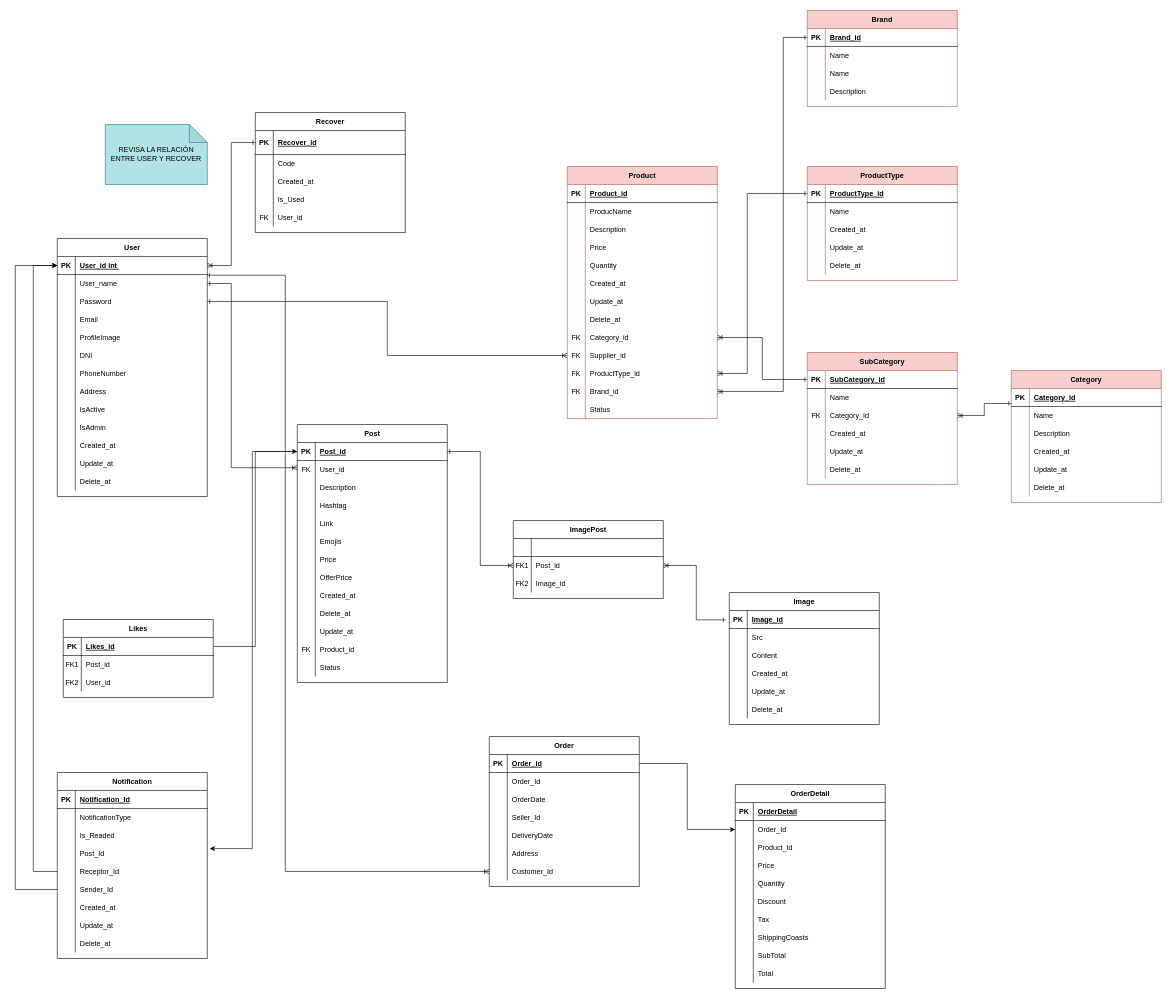
Above: E-Commerce.drawio in MarvinOrtiz18/DER (draw.io), before the change. Source tidied: cells renumbered, new cells numbered last; positions are measured from the earlier drawing's top-left corner, leaving out a move shared by most shapes. Both pictures are drawn from the tidied source at 60%, with x=0, y=0 at pixel (15, 10).
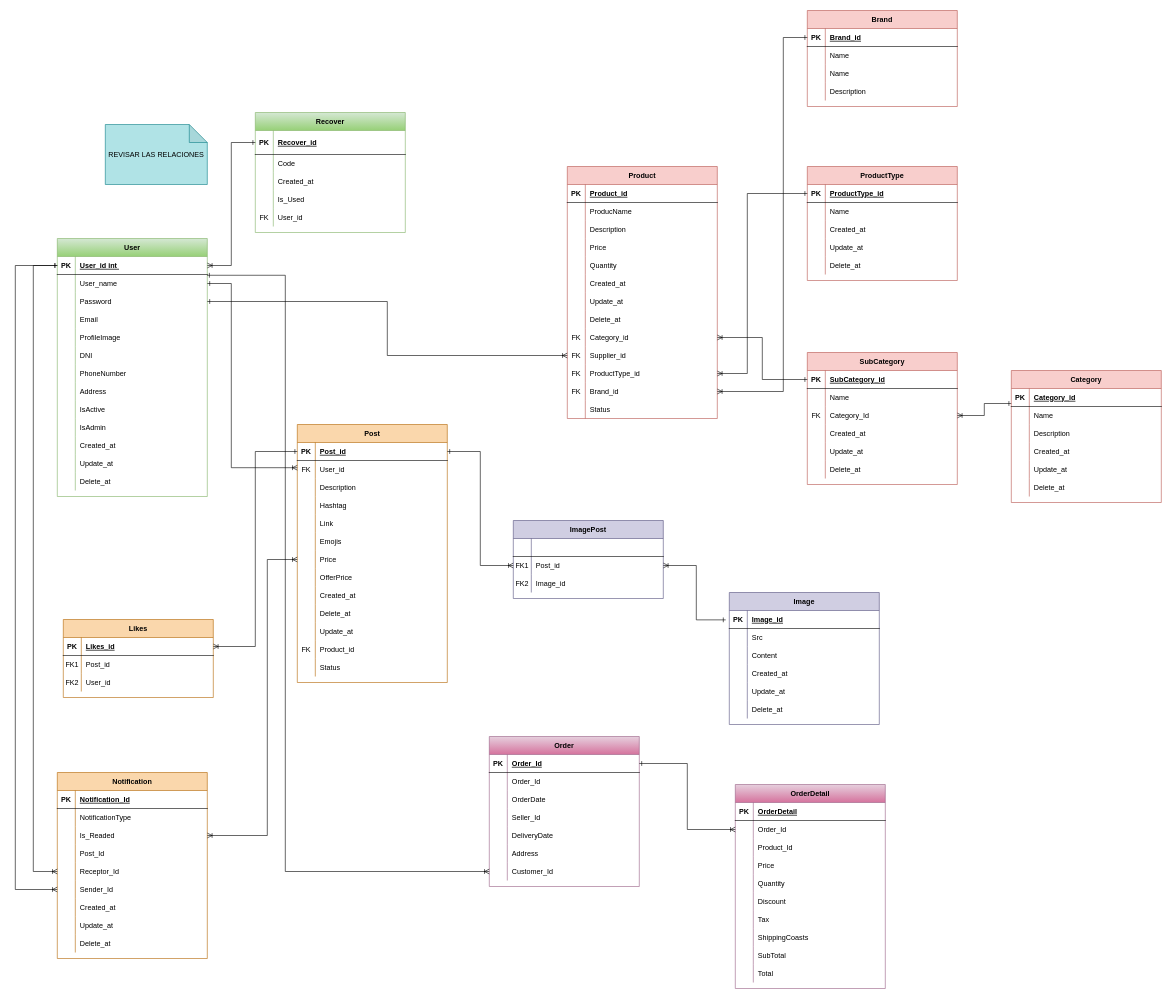
After the change.

Unchanged cells that the change refers to:
```xml
<mxCell id="19" style="shape=partialRectangle;fillColor=none;points=[[0,0.5],[1,0.5]];portConstraint=eastwest;top=0;left=0;right=0;bottom=1;" parent="18" vertex="1">
  <mxGeometry y="30" width="250" height="30" as="geometry" />
</mxCell>
<mxCell id="29" style="shape=partialRectangle;fillColor=none;points=[[0,0.5],[1,0.5]];portConstraint=eastwest;top=0;left=0;right=0;bottom=1;" parent="28" vertex="1">
  <mxGeometry y="30" width="250" height="30" as="geometry" />
</mxCell>
<mxCell id="70" style="shape=partialRectangle;fillColor=none;points=[[0,0.5],[1,0.5]];portConstraint=eastwest;top=0;left=0;right=0;bottom=1;" parent="69" vertex="1">
  <mxGeometry y="30" width="250" height="30" as="geometry" />
</mxCell>
<mxCell id="88" style="shape=partialRectangle;fillColor=none;points=[[0,0.5],[1,0.5]];portConstraint=eastwest;top=0;left=0;right=0;bottom=0;" parent="69" vertex="1">
  <mxGeometry y="210" width="250" height="30" as="geometry" />
</mxCell>
<mxCell id="239" style="shape=partialRectangle;fillColor=none;points=[[0,0.5],[1,0.5]];portConstraint=eastwest;top=0;left=0;right=0;bottom=0;" parent="232" vertex="1">
  <mxGeometry y="90" width="250" height="30" as="geometry" />
</mxCell>
<mxCell id="242" style="shape=partialRectangle;fillColor=none;points=[[0,0.5],[1,0.5]];portConstraint=eastwest;top=0;left=0;right=0;bottom=0;" parent="232" vertex="1">
  <mxGeometry y="120" width="250" height="30" as="geometry" />
</mxCell>
<mxCell id="245" style="shape=partialRectangle;fillColor=none;points=[[0,0.5],[1,0.5]];portConstraint=eastwest;top=0;left=0;right=0;bottom=0;" parent="232" vertex="1">
  <mxGeometry y="150" width="250" height="30" as="geometry" />
</mxCell>
<mxCell id="248" style="shape=partialRectangle;fillColor=none;points=[[0,0.5],[1,0.5]];portConstraint=eastwest;top=0;left=0;right=0;bottom=0;" parent="232" vertex="1">
  <mxGeometry y="180" width="250" height="30" as="geometry" />
</mxCell>
<mxCell id="264" style="shape=partialRectangle;fillColor=none;points=[[0,0.5],[1,0.5]];portConstraint=eastwest;top=0;left=0;right=0;bottom=1;" parent="263" vertex="1">
  <mxGeometry y="30" width="250" height="30" as="geometry" />
</mxCell>
<mxCell id="289" style="shape=partialRectangle;fillColor=none;points=[[0,0.5],[1,0.5]];portConstraint=eastwest;top=0;left=0;right=0;bottom=0;" parent="285" vertex="1">
  <mxGeometry y="60" width="250" height="30" as="geometry" />
</mxCell>
```

Change to the diagram source:
```diff
@@
-    <mxCell id="2" value="Recover" style="shape=table;startSize=30;childLayout=tableLayout;rowLines=0;fontStyle=1;align=center;" parent="1" vertex="1">
+    <mxCell id="2" value="Recover" style="shape=table;startSize=30;childLayout=tableLayout;rowLines=0;fontStyle=1;align=center;fillColor=#d5e8d4;strokeColor=#82b366;gradientColor=#97d077;" parent="1" vertex="1">
       <mxGeometry x="400" y="170" width="250" height="200" as="geometry" />
     </mxCell>
@@
-    <mxCell id="18" value="Likes" style="shape=table;startSize=30;childLayout=tableLayout;rowLines=0;fontStyle=1;align=center;" parent="1" vertex="1">
+    <mxCell id="18" value="Likes" style="shape=table;startSize=30;childLayout=tableLayout;rowLines=0;fontStyle=1;align=center;fillColor=#fad7ac;strokeColor=#b46504;" parent="1" vertex="1">
       <mxGeometry x="80" y="1015" width="250" height="130" as="geometry" />
     </mxCell>
@@
-    <mxCell id="28" value="User" style="shape=table;startSize=30;childLayout=tableLayout;rowLines=0;fontStyle=1;align=center;" parent="1" vertex="1">
+    <mxCell id="28" value="User" style="shape=table;startSize=30;childLayout=tableLayout;rowLines=0;fontStyle=1;align=center;fillColor=#d5e8d4;strokeColor=#82b366;gradientColor=#97d077;" parent="1" vertex="1">
       <mxGeometry x="70" y="380" width="250" height="430" as="geometry" />
     </mxCell>
@@
-    <mxCell id="69" value="Post" style="shape=table;startSize=30;childLayout=tableLayout;rowLines=0;fontStyle=1;align=center;" parent="1" vertex="1">
+    <mxCell id="69" value="Post" style="shape=table;startSize=30;childLayout=tableLayout;rowLines=0;fontStyle=1;align=center;fillColor=#fad7ac;strokeColor=#b46504;" parent="1" vertex="1">
       <mxGeometry x="470" y="690" width="250" height="430" as="geometry" />
     </mxCell>
@@
-    <mxCell id="109" value="ImagePost" style="shape=table;startSize=30;childLayout=tableLayout;rowLines=0;fontStyle=1;align=center;" parent="1" vertex="1">
+    <mxCell id="109" value="ImagePost" style="shape=table;startSize=30;childLayout=tableLayout;rowLines=0;fontStyle=1;align=center;fillColor=#d0cee2;strokeColor=#56517e;" parent="1" vertex="1">
       <mxGeometry x="830" y="850" width="250" height="130" as="geometry" />
     </mxCell>
@@
-    <mxCell id="119" value="Image" style="shape=table;startSize=30;childLayout=tableLayout;rowLines=0;fontStyle=1;align=center;" parent="1" vertex="1">
+    <mxCell id="119" value="Image" style="shape=table;startSize=30;childLayout=tableLayout;rowLines=0;fontStyle=1;align=center;fillColor=#d0cee2;strokeColor=#56517e;" parent="1" vertex="1">
       <mxGeometry x="1190" y="970" width="250" height="220" as="geometry" />
     </mxCell>
@@
-    <mxCell id="141" style="edgeStyle=orthogonalEdgeStyle;rounded=0;jettySize=auto;html=1;exitX=1;exitY=0.5;exitDx=0;exitDy=0;entryX=0;entryY=0.5;entryDx=0;entryDy=0;" parent="1" edge="1" source="19" target="70">
+    <mxCell id="141" style="edgeStyle=orthogonalEdgeStyle;rounded=0;jettySize=auto;html=1;exitX=1;exitY=0.5;exitDx=0;exitDy=0;entryX=0;entryY=0.5;entryDx=0;entryDy=0;endArrow=ERone;endFill=0;startArrow=ERoneToMany;startFill=0;" parent="1" edge="1" source="19" target="70">
       <mxGeometry relative="1" as="geometry" />
     </mxCell>
@@
-    <mxCell id="232" value="Notification" style="shape=table;startSize=30;childLayout=tableLayout;rowLines=0;fontStyle=1;align=center;" parent="1" vertex="1">
+    <mxCell id="232" value="Notification" style="shape=table;startSize=30;childLayout=tableLayout;rowLines=0;fontStyle=1;align=center;fillColor=#fad7ac;strokeColor=#b46504;" parent="1" vertex="1">
       <mxGeometry x="70" y="1270" width="250" height="310" as="geometry" />
     </mxCell>
@@
-    <mxCell id="260" style="edgeStyle=orthogonalEdgeStyle;rounded=0;jettySize=auto;html=1;exitX=0;exitY=0.5;exitDx=0;exitDy=0;entryX=1.016;entryY=0.225;entryDx=0;entryDy=0;entryPerimeter=0;" parent="1" edge="1" source="70" target="242">
-      <mxGeometry relative="1" as="geometry" />
-    </mxCell>
-    <mxCell id="261" style="edgeStyle=orthogonalEdgeStyle;rounded=0;jettySize=auto;html=1;exitX=0;exitY=0.5;exitDx=0;exitDy=0;entryX=0;entryY=0.5;entryDx=0;entryDy=0;" parent="1" edge="1" source="245" target="29">
+    <mxCell id="261" style="edgeStyle=orthogonalEdgeStyle;rounded=0;jettySize=auto;html=1;exitX=0;exitY=0.5;exitDx=0;exitDy=0;entryX=0;entryY=0.5;entryDx=0;entryDy=0;endArrow=ERone;endFill=0;startArrow=ERoneToMany;startFill=0;" parent="1" edge="1" source="245" target="29">
       <mxGeometry relative="1" as="geometry">
         <Array as="points">
           <mxPoint x="30" y="1435" />
           <mxPoint x="30" y="425" />
         </Array>
       </mxGeometry>
     </mxCell>
-    <mxCell id="262" style="edgeStyle=orthogonalEdgeStyle;rounded=0;jettySize=auto;html=1;exitX=0;exitY=0.5;exitDx=0;exitDy=0;entryX=0;entryY=0.5;entryDx=0;entryDy=0;" parent="1" edge="1" source="248" target="29">
+    <mxCell id="262" style="edgeStyle=orthogonalEdgeStyle;rounded=0;jettySize=auto;html=1;exitX=0;exitY=0.5;exitDx=0;exitDy=0;entryX=0;entryY=0.5;entryDx=0;entryDy=0;endArrow=ERone;endFill=0;startArrow=ERoneToMany;startFill=0;" parent="1" edge="1" source="248" target="29">
       <mxGeometry relative="1" as="geometry">
         <Array as="points">
           <mxPoint y="1465" />
           <mxPoint y="425" />
         </Array>
       </mxGeometry>
     </mxCell>
-    <mxCell id="263" value="Order" style="shape=table;startSize=30;childLayout=tableLayout;rowLines=0;fontStyle=1;align=center;" parent="1" vertex="1">
+    <mxCell id="263" value="Order" style="shape=table;startSize=30;childLayout=tableLayout;rowLines=0;fontStyle=1;align=center;fillColor=#e6d0de;gradientColor=#d5739d;strokeColor=#996185;" parent="1" vertex="1">
       <mxGeometry x="790" y="1210" width="250" height="250" as="geometry" />
     </mxCell>
@@
-    <mxCell id="285" value="OrderDetail" style="shape=table;startSize=30;childLayout=tableLayout;rowLines=0;fontStyle=1;align=center;" parent="1" vertex="1">
+    <mxCell id="285" value="OrderDetail" style="shape=table;startSize=30;childLayout=tableLayout;rowLines=0;fontStyle=1;align=center;fillColor=#e6d0de;gradientColor=#d5739d;strokeColor=#996185;" parent="1" vertex="1">
       <mxGeometry x="1200" y="1290" width="250" height="340" as="geometry" />
     </mxCell>
@@
-    <mxCell id="316" style="edgeStyle=orthogonalEdgeStyle;rounded=0;jettySize=auto;html=1;exitX=1;exitY=0.5;exitDx=0;exitDy=0;entryX=0;entryY=0.5;entryDx=0;entryDy=0;" parent="1" edge="1" source="264" target="289">
+    <mxCell id="316" style="edgeStyle=orthogonalEdgeStyle;rounded=0;jettySize=auto;html=1;exitX=1;exitY=0.5;exitDx=0;exitDy=0;entryX=0;entryY=0.5;entryDx=0;entryDy=0;endArrow=ERoneToMany;endFill=0;startArrow=ERone;startFill=0;" parent="1" edge="1" source="264" target="289">
       <mxGeometry relative="1" as="geometry" />
     </mxCell>
@@
-    <mxCell id="339" value="REVISA LA RELACIÓN ENTRE USER Y RECOVER" style="shape=note;whiteSpace=wrap;html=1;backgroundOutline=1;darkOpacity=0.05;fillColor=#b0e3e6;strokeColor=#0e8088;" parent="1" vertex="1">
+    <mxCell id="339" value="REVISAR LAS RELACIONES" style="shape=note;whiteSpace=wrap;html=1;backgroundOutline=1;darkOpacity=0.05;fillColor=#b0e3e6;strokeColor=#0e8088;" parent="1" vertex="1">
       <mxGeometry x="150" y="190" width="170" height="100" as="geometry" />
     </mxCell>
@@
+    <mxCell id="341" style="edgeStyle=orthogonalEdgeStyle;rounded=0;jettySize=auto;html=1;exitX=1;exitY=0.5;exitDx=0;exitDy=0;startArrow=ERoneToMany;startFill=0;endArrow=ERoneToMany;endFill=0;" parent="1" edge="1" source="239" target="88">
+      <mxGeometry relative="1" as="geometry">
+        <Array as="points">
+          <mxPoint x="420" y="1375" />
+          <mxPoint x="420" y="915" />
+        </Array>
+      </mxGeometry>
+    </mxCell>
```
